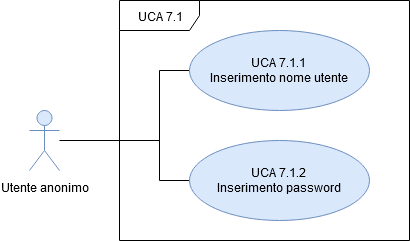
Earlier version of the draw.io export DocumentazioneEsterna/AnalisiRequisiti/sezioni/UseCase/Immagini/UCA7.1.png (qb-team/Stalker-Documentazione). Source tidied: cells renumbered, new cells last; positions are measured from the earlier drawing's top-left corner, leaving out a move shared by most shapes.
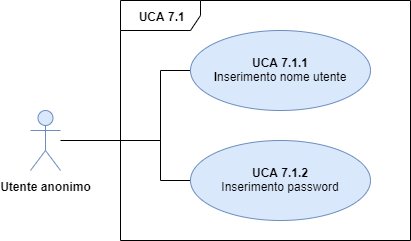
The same file after the commit.

What changed in the source:
```diff
@@ -2,10 +2,10 @@
   <root>
     <mxCell id="0" />
     <mxCell id="1" parent="0" />
-    <mxCell id="2" value="Utente anonimo" style="shape=umlActor;verticalLabelPosition=bottom;labelBackgroundColor=#ffffff;verticalAlign=top;html=1;outlineConnect=0;fillColor=#dae8fc;strokeColor=#6c8ebf;" parent="1" vertex="1">
+    <mxCell id="2" value="&lt;b&gt;Utente anonimo&lt;/b&gt;" style="shape=umlActor;verticalLabelPosition=bottom;labelBackgroundColor=#ffffff;verticalAlign=top;html=1;outlineConnect=0;fillColor=#dae8fc;strokeColor=#6c8ebf;" parent="1" vertex="1">
       <mxGeometry y="110" width="30" height="60" as="geometry" />
     </mxCell>
-    <mxCell id="3" value="&amp;nbsp;UCA 7.1" style="shape=umlFrame;whiteSpace=wrap;html=1;width=80;height=30;" parent="1" vertex="1">
+    <mxCell id="3" value="&lt;b&gt;&amp;nbsp;UCA 7.1&lt;/b&gt;" style="shape=umlFrame;whiteSpace=wrap;html=1;width=80;height=30;" parent="1" vertex="1">
       <mxGeometry x="90" width="290" height="240" as="geometry" />
     </mxCell>
     <mxCell id="4" style="edgeStyle=orthogonalEdgeStyle;rounded=0;jettySize=auto;html=1;exitX=0;exitY=0.5;exitDx=0;exitDy=0;endArrow=none;endFill=0;" parent="1" edge="1" source="5" target="2">
@@ -16,7 +16,7 @@
         </Array>
       </mxGeometry>
     </mxCell>
-    <mxCell id="5" value="UCA 7.1.1&lt;br&gt;Inserimento nome utente" style="ellipse;whiteSpace=wrap;html=1;fillColor=#dae8fc;strokeColor=#6c8ebf;" parent="1" vertex="1">
+    <mxCell id="5" value="&lt;b&gt;UCA 7.1.1&lt;br&gt;I&lt;/b&gt;nserimento nome utente" style="ellipse;whiteSpace=wrap;html=1;fillColor=#dae8fc;strokeColor=#6c8ebf;" parent="1" vertex="1">
       <mxGeometry x="160" y="30" width="180" height="80" as="geometry" />
     </mxCell>
     <mxCell id="6" style="edgeStyle=orthogonalEdgeStyle;rounded=0;jettySize=auto;html=1;exitX=0;exitY=0.5;exitDx=0;exitDy=0;endArrow=none;endFill=0;" parent="1" edge="1" source="7">
@@ -28,7 +28,7 @@
         </Array>
       </mxGeometry>
     </mxCell>
-    <mxCell id="7" value="UCA 7.1.2&lt;br&gt;Inserimento password" style="ellipse;whiteSpace=wrap;html=1;fillColor=#dae8fc;strokeColor=#6c8ebf;" parent="1" vertex="1">
+    <mxCell id="7" value="&lt;b&gt;UCA 7.1.2&lt;/b&gt;&lt;br&gt;Inserimento password" style="ellipse;whiteSpace=wrap;html=1;fillColor=#dae8fc;strokeColor=#6c8ebf;" parent="1" vertex="1">
       <mxGeometry x="160" y="140" width="180" height="80" as="geometry" />
     </mxCell>
   </root>
```
